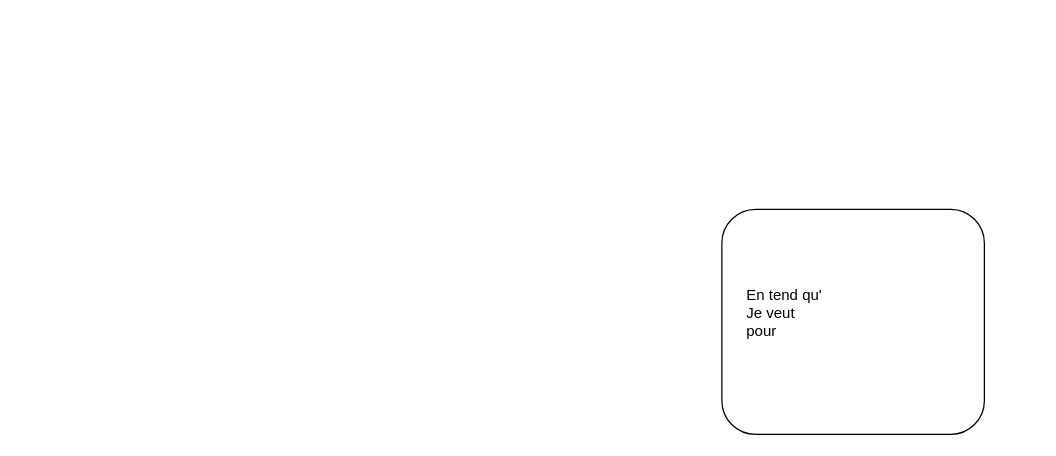
Earlier version of the draw.io diagram User Story.drawio (CuteSlime/P3-Learn-home). Source tidied: cells renumbered, new cells numbered last; positions are measured from the earlier drawing's top-left corner, leaving out a move shared by most shapes. Both pictures are drawn from the tidied source at 125%, with x=0, y=0 at pixel (721, 209).
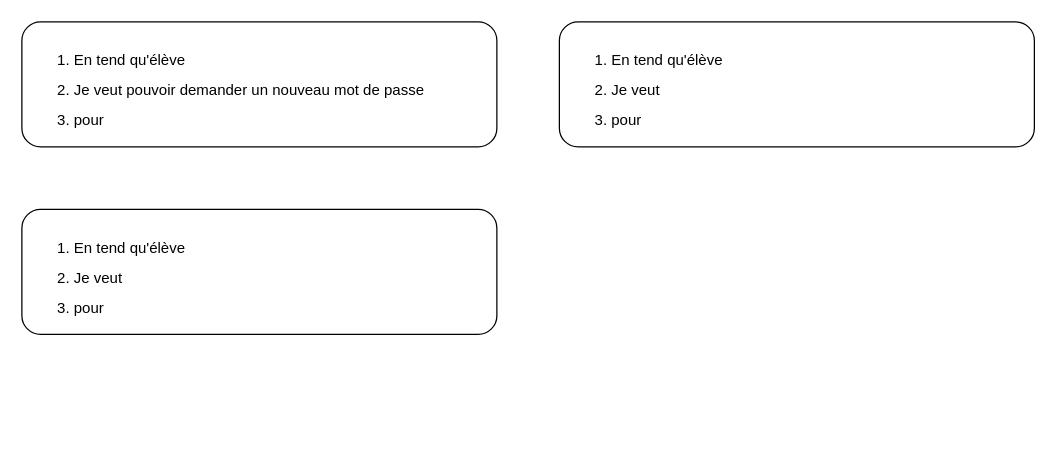
After the change.

Commit message (it also covers changes not shown here):
Mettre à jour User Story.drawio

Diff of the diagram source:
```diff
@@
 <mxGraphModel>
   <root>
     <mxCell id="0" />
     <mxCell id="1" parent="0" />
+    <mxCell id="4" style="group;" parent="1" vertex="1">
+      <mxGeometry x="-560" y="-150" width="380" height="100" as="geometry" />
+    </mxCell>
-    <mxCell id="2" style="rounded=1;whiteSpace=wrap;html=1;" parent="1" vertex="1">
-      <mxGeometry width="210" height="180" as="geometry" />
+    <mxCell id="2" style="rounded=1;whiteSpace=wrap;html=1;" parent="4" vertex="1">
+      <mxGeometry width="380" height="100" as="geometry" />
     </mxCell>
-    <mxCell id="3" value="En tend qu'&#10;Je veut&#10;pour&#10;" style="text;strokeColor=none;fillColor=none;align=left;verticalAlign=middle;spacingLeft=4;spacingRight=4;overflow=hidden;whiteSpace=wrap;html=1;spacing=2;spacingTop=14;spacingBottom=14;imageAspect=1;" parent="1" vertex="1">
-      <mxGeometry x="14" y="35" width="160" height="110" as="geometry" />
+    <mxCell id="3" value="&lt;ol style=&quot;line-height: 200%;&quot;&gt;&lt;li&gt;En tend qu'élève&lt;/li&gt;&lt;li&gt;Je veut pouvoir demander un nouveau mot de passe &lt;br&gt;&lt;/li&gt;&lt;li&gt;pour&lt;/li&gt;&lt;/ol&gt;" style="text;strokeColor=none;fillColor=none;align=left;verticalAlign=middle;spacingLeft=0;spacingRight=4;overflow=hidden;whiteSpace=wrap;html=1;spacing=2;spacingTop=4;spacingBottom=4;imageAspect=1;" parent="4" vertex="1">
+      <mxGeometry width="380" height="100" as="geometry" />
     </mxCell>
+    <mxCell id="5" style="group;" parent="1" vertex="1">
+      <mxGeometry x="-560" width="380" height="100" as="geometry" />
+    </mxCell>
+    <mxCell id="6" style="rounded=1;whiteSpace=wrap;html=1;" parent="5" vertex="1">
+      <mxGeometry width="380" height="100" as="geometry" />
+    </mxCell>
+    <mxCell id="7" value="&lt;ol style=&quot;line-height: 200%;&quot;&gt;&lt;li&gt;En tend qu'élève&lt;/li&gt;&lt;li&gt;Je veut&amp;nbsp; &lt;br&gt;&lt;/li&gt;&lt;li&gt;pour&lt;/li&gt;&lt;/ol&gt;" style="text;strokeColor=none;fillColor=none;align=left;verticalAlign=middle;spacingLeft=0;spacingRight=4;overflow=hidden;whiteSpace=wrap;html=1;spacing=2;spacingTop=4;spacingBottom=4;imageAspect=1;" parent="5" vertex="1">
+      <mxGeometry width="380" height="100" as="geometry" />
+    </mxCell>
+    <mxCell id="8" style="group;" parent="1" vertex="1">
+      <mxGeometry x="-130" y="-150" width="380" height="100" as="geometry" />
+    </mxCell>
+    <mxCell id="9" style="rounded=1;whiteSpace=wrap;html=1;" parent="8" vertex="1">
+      <mxGeometry width="380" height="100" as="geometry" />
+    </mxCell>
+    <mxCell id="10" value="&lt;ol style=&quot;line-height: 200%;&quot;&gt;&lt;li&gt;En tend qu'élève&lt;/li&gt;&lt;li&gt;Je veut&amp;nbsp; &lt;br&gt;&lt;/li&gt;&lt;li&gt;pour&lt;/li&gt;&lt;/ol&gt;" style="text;strokeColor=none;fillColor=none;align=left;verticalAlign=middle;spacingLeft=0;spacingRight=4;overflow=hidden;whiteSpace=wrap;html=1;spacing=2;spacingTop=4;spacingBottom=4;imageAspect=1;" parent="8" vertex="1">
+      <mxGeometry width="380" height="100" as="geometry" />
+    </mxCell>
   </root>
 </mxGraphModel>
```
